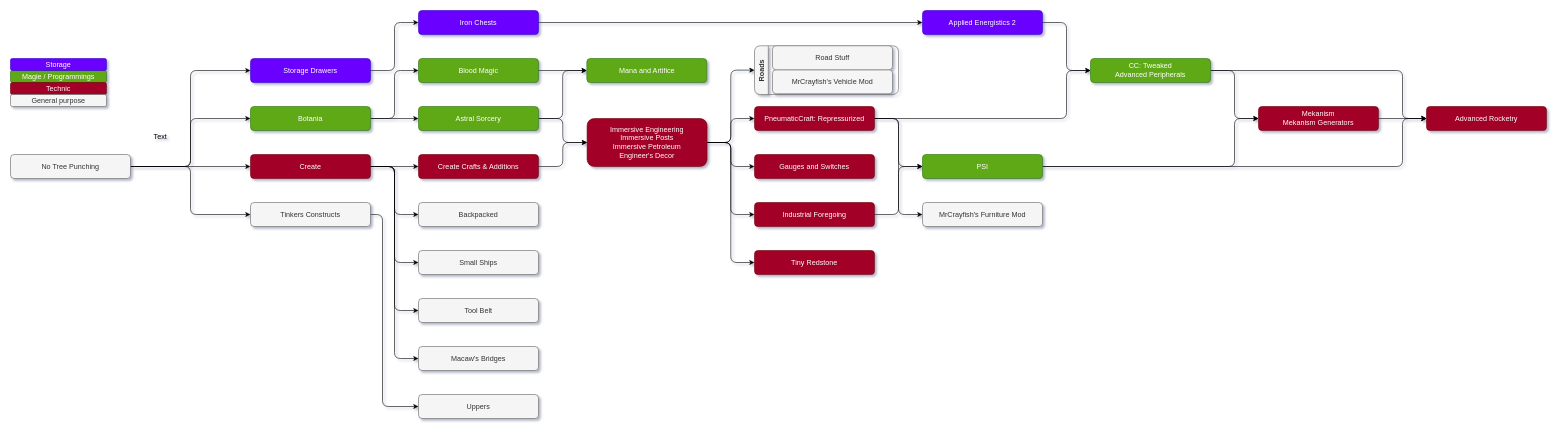
Before: Progressionline.drawio in Argon42043/Fabricage, a draw.io diagram. Source tidied: cells renumbered, new cells numbered last; positions are measured from the earlier drawing's top-left corner, leaving out a move shared by most shapes. Both pictures are drawn from the tidied source at 60%, with x=0, y=0 at pixel (10, 10).
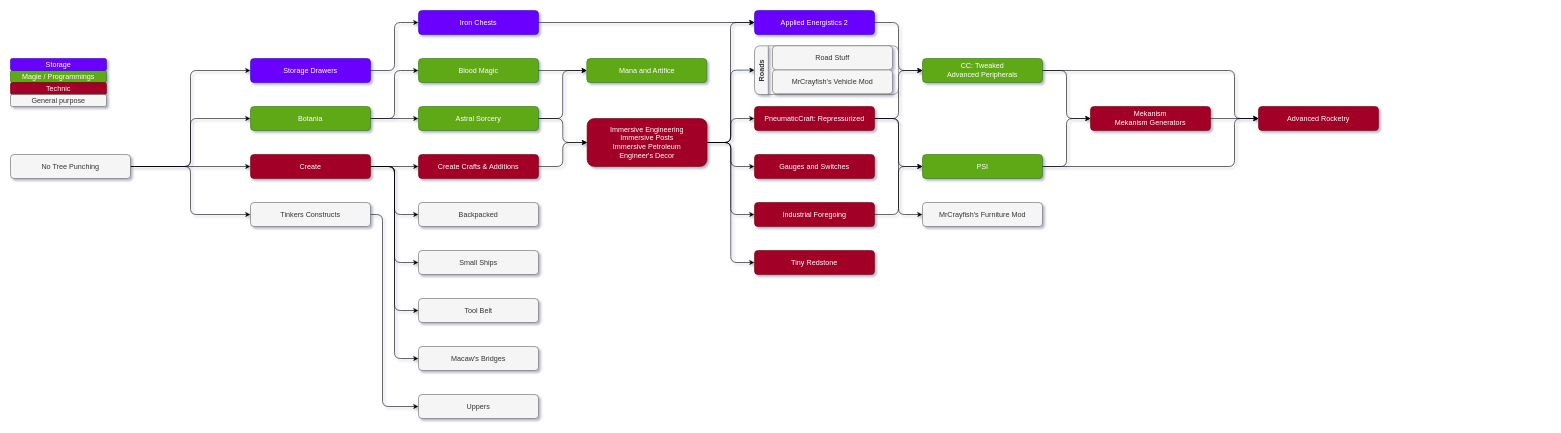
After the change.

Unchanged cells that the change refers to:
```xml
<mxCell id="29" value="Immersive Engineering&lt;br&gt;Immersive Posts&lt;br&gt;Immersive Petroleum&lt;br&gt;Engineer's Decor" style="whiteSpace=wrap;html=1;fontFamily=Helvetica;fillColor=#a20025;strokeColor=#6F0000;fontColor=#ffffff;rounded=1;" parent="1" vertex="1">
  <mxGeometry x="961" y="180" width="200" height="80" as="geometry" />
</mxCell>
<mxCell id="47" value="PneumaticCraft: Repressurized" style="whiteSpace=wrap;html=1;fontFamily=Helvetica;fillColor=#a20025;strokeColor=#6F0000;fontColor=#ffffff;rounded=1;" parent="1" vertex="1">
  <mxGeometry x="1240" y="160" width="200" height="40" as="geometry" />
</mxCell>
<mxCell id="50" value="PSI" style="whiteSpace=wrap;html=1;fontFamily=Helvetica;fillColor=#60a917;strokeColor=#2D7600;fontColor=#ffffff;rounded=1;" parent="1" vertex="1">
  <mxGeometry x="1520" y="240" width="200" height="40" as="geometry" />
</mxCell>
```

The edit, as a diff of the source:
```diff
@@
     <mxCell id="3" style="edgeStyle=orthogonalEdgeStyle;jettySize=auto;html=1;exitX=1;exitY=0.5;exitDx=0;exitDy=0;entryX=0;entryY=0.5;entryDx=0;entryDy=0;fontFamily=Helvetica;" parent="1" edge="1" source="4" target="5">
       <mxGeometry relative="1" as="geometry">
         <Array as="points">
-          <mxPoint x="2320" y="100" />
-          <mxPoint x="2320" y="180" />
+          <mxPoint x="2040" y="100" />
+          <mxPoint x="2040" y="180" />
         </Array>
       </mxGeometry>
     </mxCell>
     <mxCell id="4" value="CC: Tweaked&lt;br&gt;Advanced Peripherals" style="whiteSpace=wrap;html=1;fontFamily=Helvetica;fillColor=#60a917;strokeColor=#2D7600;fontColor=#ffffff;rounded=1;" parent="1" vertex="1">
-      <mxGeometry x="1800" y="80" width="200" height="40" as="geometry" />
+      <mxGeometry x="1520" y="80" width="200" height="40" as="geometry" />
     </mxCell>
     <mxCell id="5" value="Advanced Rocketry" style="whiteSpace=wrap;html=1;fontFamily=Helvetica;fillColor=#a20025;strokeColor=#6F0000;fontColor=#ffffff;rounded=1;" parent="1" vertex="1">
-      <mxGeometry x="2360" y="160" width="200" height="40" as="geometry" />
+      <mxGeometry x="2080" y="160" width="200" height="40" as="geometry" />
     </mxCell>
@@
     <mxCell id="7" value="Applied Energistics 2" style="whiteSpace=wrap;html=1;fontFamily=Helvetica;fillColor=#6a00ff;strokeColor=#3700CC;fontColor=#ffffff;rounded=1;" parent="1" vertex="1">
-      <mxGeometry x="1520" width="200" height="40" as="geometry" />
+      <mxGeometry x="1240" width="200" height="40" as="geometry" />
     </mxCell>
@@
+    <mxCell id="69" style="edgeStyle=orthogonalEdgeStyle;jettySize=auto;html=1;exitX=1;exitY=0.5;exitDx=0;exitDy=0;entryX=0;entryY=0.5;entryDx=0;entryDy=0;" parent="1" edge="1" source="29" target="7">
+      <mxGeometry relative="1" as="geometry">
+        <Array as="points">
+          <mxPoint x="1200" y="220" />
+          <mxPoint x="1200" y="20" />
+        </Array>
+      </mxGeometry>
+    </mxCell>
@@
     <mxCell id="37" value="Mekanism&lt;br&gt;Mekanism Generators" style="whiteSpace=wrap;html=1;fontFamily=Helvetica;fillColor=#a20025;strokeColor=#6F0000;fontColor=#ffffff;rounded=1;" parent="1" vertex="1">
-      <mxGeometry x="2080" y="160" width="200" height="40" as="geometry" />
+      <mxGeometry x="1800" y="160" width="200" height="40" as="geometry" />
     </mxCell>
@@
     <mxCell id="46" style="edgeStyle=orthogonalEdgeStyle;jettySize=auto;html=1;exitX=1;exitY=0.5;exitDx=0;exitDy=0;entryX=0;entryY=0.5;entryDx=0;entryDy=0;fontFamily=Helvetica;" parent="1" edge="1" source="47" target="4">
       <mxGeometry relative="1" as="geometry">
         <Array as="points">
-          <mxPoint x="1760" y="180" />
-          <mxPoint x="1760" y="100" />
+          <mxPoint x="1480" y="180" />
+          <mxPoint x="1480" y="100" />
         </Array>
       </mxGeometry>
     </mxCell>
@@
     <mxCell id="48" style="edgeStyle=orthogonalEdgeStyle;jettySize=auto;html=1;exitX=1;exitY=0.5;exitDx=0;exitDy=0;entryX=0;entryY=0.5;entryDx=0;entryDy=0;fontFamily=Helvetica;" parent="1" edge="1" source="50" target="37">
       <mxGeometry relative="1" as="geometry">
         <Array as="points">
-          <mxPoint x="2040" y="260" />
-          <mxPoint x="2040" y="180" />
+          <mxPoint x="1760" y="260" />
+          <mxPoint x="1760" y="180" />
         </Array>
       </mxGeometry>
     </mxCell>
     <mxCell id="49" style="edgeStyle=orthogonalEdgeStyle;jettySize=auto;html=1;exitX=1;exitY=0.5;exitDx=0;exitDy=0;entryX=0;entryY=0.5;entryDx=0;entryDy=0;fontFamily=Helvetica;" parent="1" edge="1" source="50" target="5">
       <mxGeometry relative="1" as="geometry">
         <Array as="points">
-          <mxPoint x="2320" y="260" />
-          <mxPoint x="2320" y="180" />
+          <mxPoint x="2040" y="260" />
+          <mxPoint x="2040" y="180" />
         </Array>
       </mxGeometry>
     </mxCell>
@@
-    <mxCell id="66" value="Text" style="text;html=1;strokeColor=none;fillColor=none;align=center;verticalAlign=middle;whiteSpace=wrap;rounded=1;" parent="1" vertex="1">
-      <mxGeometry x="230" y="200" width="40" height="20" as="geometry" />
-    </mxCell>
```
